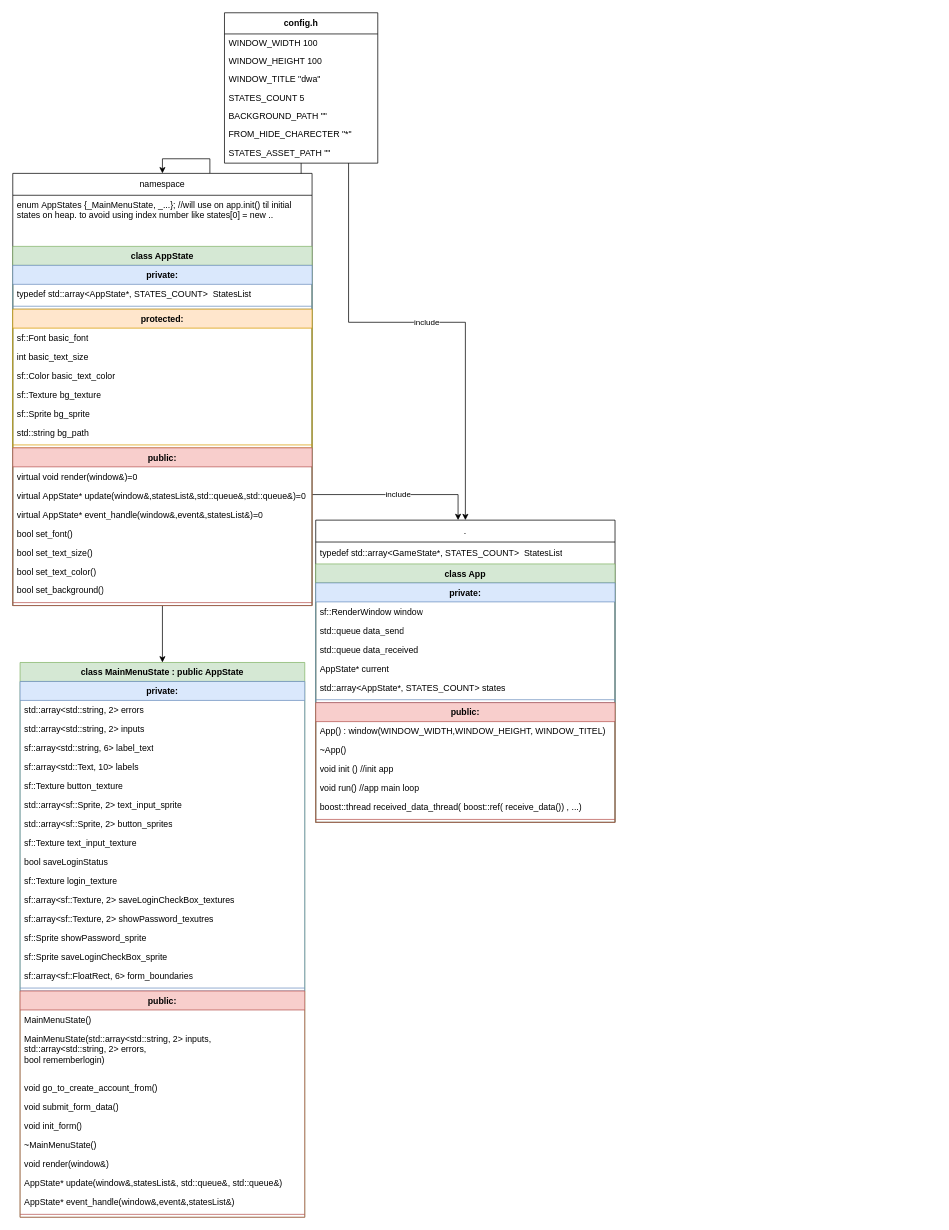
Above: docs/uml/main-client/main-client-uml.drawio in turnaduw/fluffyMultiplayer (draw.io), before the change. Source tidied: cells renumbered, new cells numbered last; positions are measured from the earlier drawing's top-left corner, leaving out a move shared by most shapes. Both pictures are drawn from the tidied source at 73%, with x=0, y=0 at pixel (12, 12).
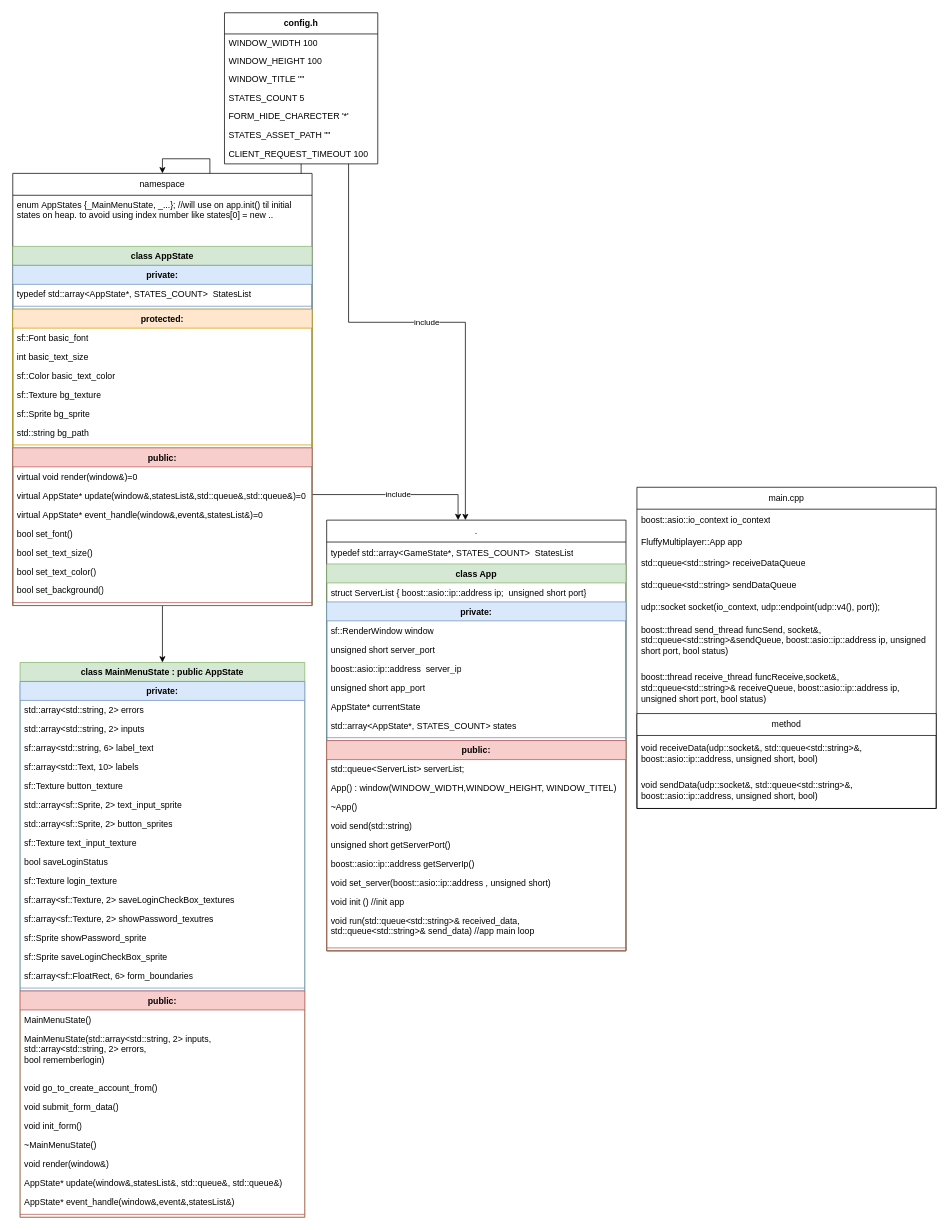
The same diagram, later.

Commit message (it also covers changes not shown here):
doc: main-client uml updated.

What changed in the source:
```diff
@@
     <mxCell id="4" value="config.h" style="swimlane;fontStyle=1;align=center;verticalAlign=middle;horizontal=1;startSize=29;html=1;whiteSpace=wrap;" parent="1" vertex="1">
-      <mxGeometry x="290" width="210" height="206" as="geometry" />
+      <mxGeometry x="290" width="210" height="207" as="geometry" />
     </mxCell>
@@
-    <mxCell id="7" value="WINDOW_TITLE &quot;dwa&quot;" style="text;html=1;strokeColor=none;fillColor=none;align=left;verticalAlign=middle;spacingLeft=4;spacingRight=4;overflow=hidden;whiteSpace=wrap;" parent="4" vertex="1">
+    <mxCell id="7" value="WINDOW_TITLE &quot;&quot;" style="text;html=1;strokeColor=none;fillColor=none;align=left;verticalAlign=middle;spacingLeft=4;spacingRight=4;overflow=hidden;whiteSpace=wrap;" parent="4" vertex="1">
       <mxGeometry y="79" width="210" height="25" as="geometry" />
     </mxCell>
@@
-    <mxCell id="9" value="BACKGROUND_PATH &quot;&quot;" style="text;html=1;strokeColor=none;fillColor=none;align=left;verticalAlign=middle;spacingLeft=4;spacingRight=4;overflow=hidden;whiteSpace=wrap;" parent="4" vertex="1">
-      <mxGeometry y="129" width="210" height="25" as="geometry" />
-    </mxCell>
-    <mxCell id="10" value="FROM_HIDE_CHARECTER &quot;*&quot;" style="text;html=1;strokeColor=none;fillColor=none;align=left;verticalAlign=middle;spacingLeft=4;spacingRight=4;overflow=hidden;whiteSpace=wrap;" parent="4" vertex="1">
-      <mxGeometry y="154" width="210" height="26" as="geometry" />
+    <mxCell id="10" value="FORM_HIDE_CHARECTER '*'" style="text;html=1;strokeColor=none;fillColor=none;align=left;verticalAlign=middle;spacingLeft=4;spacingRight=4;overflow=hidden;whiteSpace=wrap;" parent="4" vertex="1">
+      <mxGeometry y="129" width="210" height="26" as="geometry" />
     </mxCell>
+    <mxCell id="83" value="STATES_ASSET_PATH &quot;&quot;" style="text;html=1;strokeColor=none;fillColor=none;align=left;verticalAlign=middle;spacingLeft=4;spacingRight=4;overflow=hidden;whiteSpace=wrap;" parent="4" vertex="1">
+      <mxGeometry y="155" width="210" height="26" as="geometry" />
+    </mxCell>
-    <mxCell id="11" value="STATES_ASSET_PATH &quot;&quot;" style="text;html=1;strokeColor=none;fillColor=none;align=left;verticalAlign=middle;spacingLeft=4;spacingRight=4;overflow=hidden;whiteSpace=wrap;" parent="4" vertex="1">
-      <mxGeometry y="180" width="210" height="26" as="geometry" />
+    <mxCell id="11" value="CLIENT_REQUEST_TIMEOUT 100" style="text;html=1;strokeColor=none;fillColor=none;align=left;verticalAlign=middle;spacingLeft=4;spacingRight=4;overflow=hidden;whiteSpace=wrap;" parent="4" vertex="1">
+      <mxGeometry y="181" width="210" height="26" as="geometry" />
     </mxCell>
@@
     <mxCell id="66" value="." style="swimlane;fontStyle=0;horizontal=1;startSize=30;whiteSpace=wrap;html=1;" parent="1" vertex="1">
-      <mxGeometry x="415" y="695" width="410" height="414" as="geometry" />
+      <mxGeometry x="430" y="695" width="410" height="590" as="geometry" />
     </mxCell>
@@
     <mxCell id="68" value="class App" style="swimlane;fontStyle=1;align=center;verticalAlign=top;horizontal=1;startSize=26;whiteSpace=wrap;html=1;fillColor=#d5e8d4;strokeColor=#82b366;" parent="66" vertex="1">
-      <mxGeometry y="60" width="410" height="354" as="geometry" />
+      <mxGeometry y="60" width="410" height="530" as="geometry" />
     </mxCell>
+    <mxCell id="84" value="struct ServerList { boost::asio::ip::address ip;&amp;nbsp; unsigned short port}" style="text;strokeColor=none;fillColor=none;align=left;verticalAlign=top;spacingLeft=4;spacingRight=4;overflow=hidden;whiteSpace=wrap;html=1;" parent="68" vertex="1">
+      <mxGeometry y="26" width="410" height="26" as="geometry" />
+    </mxCell>
     <mxCell id="69" value="private:" style="swimlane;fontStyle=1;align=center;verticalAlign=top;horizontal=1;startSize=26;whiteSpace=wrap;html=1;fillColor=#dae8fc;strokeColor=#6c8ebf;" parent="68" vertex="1">
-      <mxGeometry y="26" width="410" height="164" as="geometry" />
+      <mxGeometry y="52" width="410" height="190" as="geometry" />
     </mxCell>
@@
-    <mxCell id="71" value="std::queue data_send" style="text;strokeColor=none;fillColor=none;align=left;verticalAlign=top;spacingLeft=4;spacingRight=4;overflow=hidden;whiteSpace=wrap;html=1;" parent="69" vertex="1">
-      <mxGeometry y="52" width="410" height="26" as="geometry" />
-    </mxCell>
-    <mxCell id="72" value="std::queue data_received" style="text;strokeColor=none;fillColor=none;align=left;verticalAlign=top;spacingLeft=4;spacingRight=4;overflow=hidden;whiteSpace=wrap;html=1;" parent="69" vertex="1">
-      <mxGeometry y="78" width="410" height="26" as="geometry" />
-    </mxCell>
+    <mxCell id="85" value="unsigned short server_port" style="text;strokeColor=none;fillColor=none;align=left;verticalAlign=top;spacingLeft=4;spacingRight=4;overflow=hidden;whiteSpace=wrap;html=1;" parent="69" vertex="1">
+      <mxGeometry y="52" width="410" height="26" as="geometry" />
+    </mxCell>
+    <mxCell id="86" value="boost::asio::ip::address&amp;nbsp; server_ip" style="text;strokeColor=none;fillColor=none;align=left;verticalAlign=top;spacingLeft=4;spacingRight=4;overflow=hidden;whiteSpace=wrap;html=1;" parent="69" vertex="1">
+      <mxGeometry y="78" width="410" height="26" as="geometry" />
+    </mxCell>
+    <mxCell id="87" value="unsigned short app_port" style="text;strokeColor=none;fillColor=none;align=left;verticalAlign=top;spacingLeft=4;spacingRight=4;overflow=hidden;whiteSpace=wrap;html=1;" parent="69" vertex="1">
+      <mxGeometry y="104" width="410" height="26" as="geometry" />
+    </mxCell>
-    <mxCell id="73" value="AppState* current" style="text;strokeColor=none;fillColor=none;align=left;verticalAlign=top;spacingLeft=4;spacingRight=4;overflow=hidden;whiteSpace=wrap;html=1;" parent="69" vertex="1">
-      <mxGeometry y="104" width="410" height="26" as="geometry" />
+    <mxCell id="73" value="AppState* currentState" style="text;strokeColor=none;fillColor=none;align=left;verticalAlign=top;spacingLeft=4;spacingRight=4;overflow=hidden;whiteSpace=wrap;html=1;" parent="69" vertex="1">
+      <mxGeometry y="130" width="410" height="26" as="geometry" />
     </mxCell>
     <mxCell id="74" value="std::array&amp;lt;AppState*, STATES_COUNT&amp;gt; states" style="text;strokeColor=none;fillColor=none;align=left;verticalAlign=top;spacingLeft=4;spacingRight=4;overflow=hidden;whiteSpace=wrap;html=1;" parent="69" vertex="1">
-      <mxGeometry y="130" width="410" height="26" as="geometry" />
+      <mxGeometry y="156" width="410" height="26" as="geometry" />
     </mxCell>
     <mxCell id="75" style="line;strokeWidth=1;fillColor=none;align=left;verticalAlign=middle;spacingTop=-1;spacingLeft=3;spacingRight=3;labelPosition=right;strokeColor=inherit;" parent="69" vertex="1">
-      <mxGeometry y="156" width="410" height="8" as="geometry" />
+      <mxGeometry y="182" width="410" height="8" as="geometry" />
     </mxCell>
     <mxCell id="76" value="public:" style="swimlane;fontStyle=1;align=center;verticalAlign=top;horizontal=1;startSize=26;whiteSpace=wrap;html=1;fillColor=#f8cecc;strokeColor=#b85450;" parent="68" vertex="1">
-      <mxGeometry y="190" width="410" height="164" as="geometry" />
+      <mxGeometry y="242" width="410" height="288" as="geometry" />
     </mxCell>
+    <mxCell id="88" value="std::queue&amp;lt;ServerList&amp;gt; serverList;" style="text;strokeColor=none;fillColor=none;align=left;verticalAlign=top;spacingLeft=4;spacingRight=4;overflow=hidden;whiteSpace=wrap;html=1;" parent="76" vertex="1">
+      <mxGeometry y="26" width="410" height="26" as="geometry" />
+    </mxCell>
     <mxCell id="77" value="App() : window(WINDOW_WIDTH,WINDOW_HEIGHT, WINDOW_TITEL)" style="text;strokeColor=none;fillColor=none;align=left;verticalAlign=top;spacingLeft=4;spacingRight=4;overflow=hidden;whiteSpace=wrap;html=1;" parent="76" vertex="1">
-      <mxGeometry y="26" width="410" height="26" as="geometry" />
+      <mxGeometry y="52" width="410" height="26" as="geometry" />
     </mxCell>
     <mxCell id="78" value="~App()" style="text;strokeColor=none;fillColor=none;align=left;verticalAlign=top;spacingLeft=4;spacingRight=4;overflow=hidden;whiteSpace=wrap;html=1;" parent="76" vertex="1">
-      <mxGeometry y="52" width="410" height="26" as="geometry" />
+      <mxGeometry y="78" width="410" height="26" as="geometry" />
     </mxCell>
+    <mxCell id="89" value="void send(std::string)" style="text;strokeColor=none;fillColor=none;align=left;verticalAlign=top;spacingLeft=4;spacingRight=4;overflow=hidden;whiteSpace=wrap;html=1;" parent="76" vertex="1">
+      <mxGeometry y="104" width="410" height="26" as="geometry" />
+    </mxCell>
+    <mxCell id="90" value="unsigned short getServerPort()" style="text;strokeColor=none;fillColor=none;align=left;verticalAlign=top;spacingLeft=4;spacingRight=4;overflow=hidden;whiteSpace=wrap;html=1;" parent="76" vertex="1">
+      <mxGeometry y="130" width="410" height="26" as="geometry" />
+    </mxCell>
+    <mxCell id="91" value="boost::asio::ip::address getServerIp()" style="text;strokeColor=none;fillColor=none;align=left;verticalAlign=top;spacingLeft=4;spacingRight=4;overflow=hidden;whiteSpace=wrap;html=1;" parent="76" vertex="1">
+      <mxGeometry y="156" width="410" height="26" as="geometry" />
+    </mxCell>
+    <mxCell id="92" value="void set_server(boost::asio::ip::address , unsigned short)" style="text;strokeColor=none;fillColor=none;align=left;verticalAlign=top;spacingLeft=4;spacingRight=4;overflow=hidden;whiteSpace=wrap;html=1;" parent="76" vertex="1">
+      <mxGeometry y="182" width="410" height="26" as="geometry" />
+    </mxCell>
     <mxCell id="79" value="void init () //init app" style="text;strokeColor=none;fillColor=none;align=left;verticalAlign=top;spacingLeft=4;spacingRight=4;overflow=hidden;whiteSpace=wrap;html=1;" parent="76" vertex="1">
-      <mxGeometry y="78" width="410" height="26" as="geometry" />
+      <mxGeometry y="208" width="410" height="26" as="geometry" />
     </mxCell>
-    <mxCell id="80" value="void run() //app main loop" style="text;strokeColor=none;fillColor=none;align=left;verticalAlign=top;spacingLeft=4;spacingRight=4;overflow=hidden;whiteSpace=wrap;html=1;" parent="76" vertex="1">
-      <mxGeometry y="104" width="410" height="26" as="geometry" />
+    <mxCell id="80" value="void run(std::queue&amp;lt;std::string&amp;gt;&amp;amp; received_data,&lt;br&gt;std::queue&amp;lt;std::string&amp;gt;&amp;amp; send_data) //app main loop" style="text;strokeColor=none;fillColor=none;align=left;verticalAlign=top;spacingLeft=4;spacingRight=4;overflow=hidden;whiteSpace=wrap;html=1;" parent="76" vertex="1">
+      <mxGeometry y="234" width="410" height="46" as="geometry" />
     </mxCell>
-    <mxCell id="81" value="boost::thread received_data_thread( boost::ref( receive_data()) , ...)" style="text;strokeColor=none;fillColor=none;align=left;verticalAlign=top;spacingLeft=4;spacingRight=4;overflow=hidden;whiteSpace=wrap;html=1;" parent="76" vertex="1">
-      <mxGeometry y="130" width="410" height="26" as="geometry" />
-    </mxCell>
     <mxCell id="82" style="line;strokeWidth=1;fillColor=none;align=left;verticalAlign=middle;spacingTop=-1;spacingLeft=3;spacingRight=3;labelPosition=right;strokeColor=inherit;" parent="76" vertex="1">
-      <mxGeometry y="156" width="410" height="8" as="geometry" />
+      <mxGeometry y="280" width="410" height="8" as="geometry" />
     </mxCell>
+    <mxCell id="93" value="main.cpp" style="swimlane;fontStyle=0;horizontal=1;startSize=30;whiteSpace=wrap;html=1;" parent="1" vertex="1">
+      <mxGeometry x="855" y="650" width="410" height="440" as="geometry" />
+    </mxCell>
+    <mxCell id="94" value="boost::asio::io_context io_context" style="text;strokeColor=none;fillColor=none;align=left;verticalAlign=middle;spacingLeft=4;spacingRight=4;overflow=hidden;whiteSpace=wrap;html=1;" parent="93" vertex="1">
+      <mxGeometry y="30" width="410" height="30" as="geometry" />
+    </mxCell>
+    <mxCell id="95" value="FluffyMultiplayer::App app" style="text;strokeColor=none;fillColor=none;align=left;verticalAlign=middle;spacingLeft=4;spacingRight=4;overflow=hidden;whiteSpace=wrap;html=1;" parent="93" vertex="1">
+      <mxGeometry y="60" width="410" height="30" as="geometry" />
+    </mxCell>
+    <mxCell id="96" value="std::queue&amp;lt;std::string&amp;gt; receiveDataQueue" style="text;strokeColor=none;fillColor=none;align=left;verticalAlign=middle;spacingLeft=4;spacingRight=4;overflow=hidden;whiteSpace=wrap;html=1;" parent="93" vertex="1">
+      <mxGeometry y="90" width="410" height="30" as="geometry" />
+    </mxCell>
+    <mxCell id="97" value="std::queue&amp;lt;std::string&amp;gt; sendDataQueue" style="text;strokeColor=none;fillColor=none;align=left;verticalAlign=middle;spacingLeft=4;spacingRight=4;overflow=hidden;whiteSpace=wrap;html=1;" parent="93" vertex="1">
+      <mxGeometry y="120" width="410" height="30" as="geometry" />
+    </mxCell>
+    <mxCell id="98" value="&lt;div&gt;udp::socket socket(io_context, udp::endpoint(udp::v4(), port));&lt;/div&gt;" style="text;strokeColor=none;fillColor=none;align=left;verticalAlign=middle;spacingLeft=4;spacingRight=4;overflow=hidden;whiteSpace=wrap;html=1;" parent="93" vertex="1">
+      <mxGeometry y="150" width="410" height="30" as="geometry" />
+    </mxCell>
+    <mxCell id="99" value="&lt;div&gt;boost::thread send_thread funcSend, socket&amp;amp;, std::queue&amp;lt;std::string&amp;gt;&amp;amp;sendQueue, boost::asio::ip::address ip, unsigned short port, bool status)&lt;/div&gt;" style="text;strokeColor=none;fillColor=none;align=left;verticalAlign=middle;spacingLeft=4;spacingRight=4;overflow=hidden;whiteSpace=wrap;html=1;" parent="93" vertex="1">
+      <mxGeometry y="180" width="410" height="60" as="geometry" />
+    </mxCell>
+    <mxCell id="100" value="&lt;div&gt;boost::thread receive_thread funcReceive,socket&amp;amp;, std::queue&amp;lt;std::string&amp;gt;&amp;amp; receiveQueue, boost::asio::ip::address ip, unsigned short port, bool status)&lt;/div&gt;" style="text;strokeColor=none;fillColor=none;align=left;verticalAlign=middle;spacingLeft=4;spacingRight=4;overflow=hidden;whiteSpace=wrap;html=1;" parent="93" vertex="1">
+      <mxGeometry y="240" width="410" height="70" as="geometry" />
+    </mxCell>
+    <mxCell id="101" value="method" style="swimlane;fontStyle=0;horizontal=1;startSize=30;whiteSpace=wrap;html=1;" parent="93" vertex="1">
+      <mxGeometry y="310" width="410" height="130" as="geometry" />
+    </mxCell>
+    <mxCell id="102" value="void&amp;nbsp;receiveData(udp::socket&amp;amp;, std::queue&amp;lt;std::string&amp;gt;&amp;amp;, boost::asio::ip::address, unsigned short, bool)" style="text;strokeColor=none;fillColor=none;align=left;verticalAlign=middle;spacingLeft=4;spacingRight=4;overflow=hidden;whiteSpace=wrap;html=1;" parent="101" vertex="1">
+      <mxGeometry y="30" width="410" height="50" as="geometry" />
+    </mxCell>
+    <mxCell id="103" value="void sendData(udp::socket&amp;amp;, std::queue&amp;lt;std::string&amp;gt;&amp;amp;, boost::asio::ip::address, unsigned short, bool)" style="text;strokeColor=none;fillColor=none;align=left;verticalAlign=middle;spacingLeft=4;spacingRight=4;overflow=hidden;whiteSpace=wrap;html=1;" parent="101" vertex="1">
+      <mxGeometry y="80" width="410" height="50" as="geometry" />
+    </mxCell>
```
